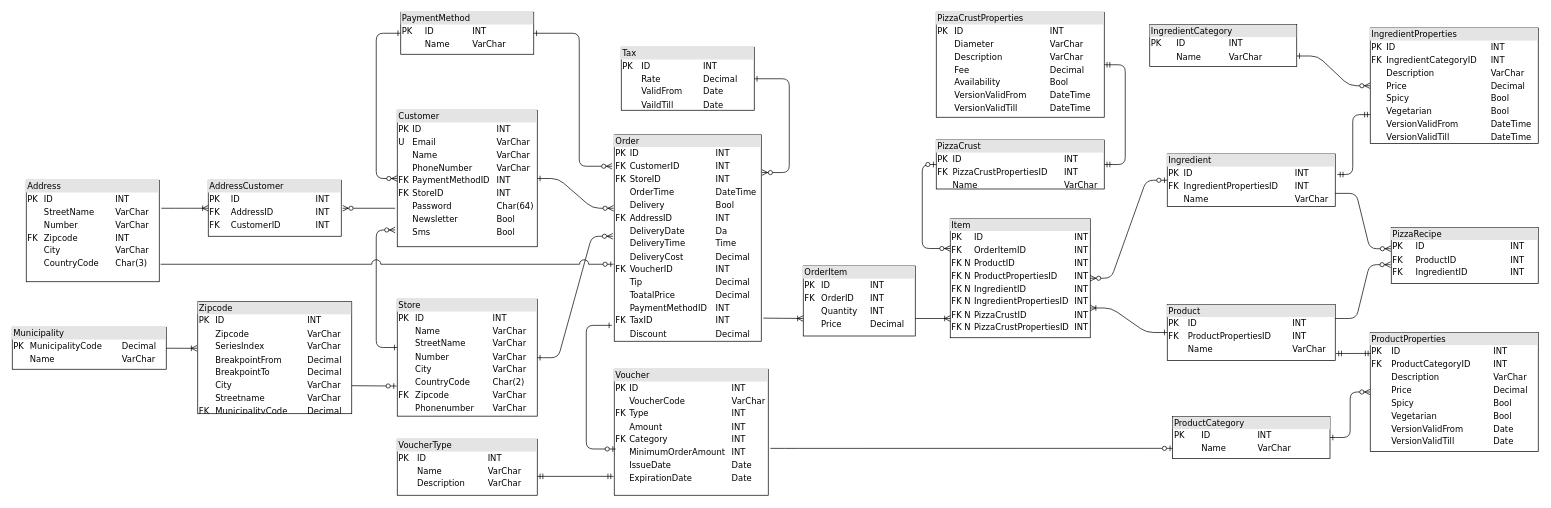
Earlier version of the draw.io diagram DBO_huidige_situatie.drawio (SlatanEnLexSemester4/Mario-Pizza-Case). Source tidied: cells renumbered, new cells numbered last; positions are measured from the earlier drawing's top-left corner, leaving out a move shared by most shapes. Both pictures are drawn from the tidied source at 70%, with x=0, y=0 at pixel (12, 12).
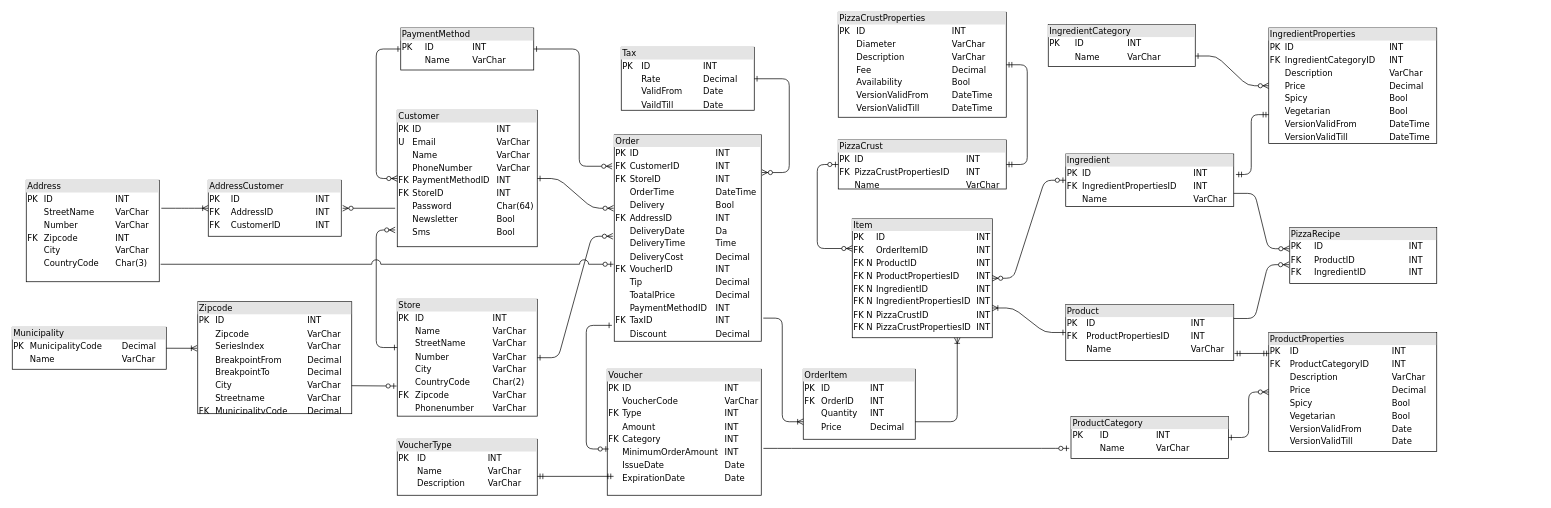
The same page after the edit.

Unchanged cells that the change refers to:
```xml
<mxCell id="14" value="&lt;div style=&quot;box-sizing: border-box ; width: 100% ; background: #e4e4e4 ; padding: 2px&quot;&gt;Order&lt;br&gt;&lt;/div&gt;&lt;table style=&quot;width: 100% ; font-size: 1em&quot; cellspacing=&quot;0&quot; cellpadding=&quot;2&quot;&gt;&lt;tbody&gt;&lt;tr&gt;&lt;td&gt;PK&lt;/td&gt;&lt;td&gt;ID&lt;br&gt;&lt;/td&gt;&lt;td&gt;INT&lt;/td&gt;&lt;/tr&gt;&lt;tr&gt;&lt;td&gt;FK&lt;/td&gt;&lt;td&gt;CustomerID&lt;br&gt;&lt;/td&gt;&lt;td&gt;INT&lt;/td&gt;&lt;/tr&gt;&lt;tr&gt;&lt;td&gt;FK&lt;/td&gt;&lt;td&gt;StoreID&lt;/td&gt;&lt;td&gt;INT&lt;/td&gt;&lt;/tr&gt;&lt;tr&gt;&lt;td&gt;&lt;br&gt;&lt;/td&gt;&lt;td&gt;OrderTime&lt;/td&gt;&lt;td&gt;DateTime&lt;/td&gt;&lt;/tr&gt;&lt;tr&gt;&lt;td&gt;&lt;br&gt;&lt;/td&gt;&lt;td&gt;Delivery&lt;/td&gt;&lt;td&gt;Bool&lt;/td&gt;&lt;/tr&gt;&lt;tr&gt;&lt;td&gt;FK&lt;/td&gt;&lt;td&gt;AddressID&lt;/td&gt;&lt;td&gt;INT&lt;/td&gt;&lt;/tr&gt;&lt;tr&gt;&lt;td&gt;&lt;br&gt;&lt;/td&gt;&lt;td&gt;DeliveryDate&lt;/td&gt;&lt;td&gt;Da&lt;/td&gt;&lt;/tr&gt;&lt;tr&gt;&lt;td&gt;&lt;br&gt;&lt;/td&gt;&lt;td&gt;DeliveryTime&lt;/td&gt;&lt;td&gt;Time&lt;/td&gt;&lt;/tr&gt;&lt;tr&gt;&lt;td&gt;&lt;br&gt;&lt;/td&gt;&lt;td&gt;DeliveryCost&lt;/td&gt;&lt;td&gt;Decimal&lt;/td&gt;&lt;/tr&gt;&lt;tr&gt;&lt;td&gt;FK&lt;/td&gt;&lt;td&gt;VoucherID&lt;/td&gt;&lt;td&gt;INT&lt;/td&gt;&lt;/tr&gt;&lt;tr&gt;&lt;td&gt;&lt;br&gt;&lt;/td&gt;&lt;td&gt;Tip&lt;/td&gt;&lt;td&gt;Decimal&lt;br&gt;&lt;/td&gt;&lt;/tr&gt;&lt;tr&gt;&lt;td&gt;&lt;br&gt;&lt;/td&gt;&lt;td&gt;ToatalPrice&lt;/td&gt;&lt;td&gt;Decimal&lt;/td&gt;&lt;/tr&gt;&lt;tr&gt;&lt;td&gt;&lt;br&gt;&lt;/td&gt;&lt;td&gt;PaymentMethodID&lt;/td&gt;&lt;td&gt;INT&lt;br&gt;&lt;/td&gt;&lt;/tr&gt;&lt;tr&gt;&lt;td&gt;FK&lt;/td&gt;&lt;td&gt;TaxID&lt;/td&gt;&lt;td&gt;INT&lt;/td&gt;&lt;/tr&gt;&lt;tr&gt;&lt;td&gt;&lt;br&gt;&lt;/td&gt;&lt;td&gt;Discount&lt;/td&gt;&lt;td&gt;Decimal&lt;/td&gt;&lt;/tr&gt;&lt;/tbody&gt;&lt;/table&gt;" style="verticalAlign=top;align=left;overflow=fill;html=1;rounded=0;shadow=0;comic=0;labelBackgroundColor=none;strokeWidth=1;fontFamily=Verdana;fontSize=12;" parent="1" vertex="1">
  <mxGeometry x="860" y="175" width="210" height="295" as="geometry" />
</mxCell>
<mxCell id="15" value="&lt;div style=&quot;box-sizing: border-box ; width: 100% ; background: #e4e4e4 ; padding: 2px&quot;&gt;Customer&lt;br&gt;&lt;/div&gt;&lt;table style=&quot;width: 100% ; font-size: 1em&quot; cellspacing=&quot;0&quot; cellpadding=&quot;2&quot;&gt;&lt;tbody&gt;&lt;tr&gt;&lt;td&gt;PK&lt;/td&gt;&lt;td&gt;ID&lt;br&gt;&lt;/td&gt;&lt;td&gt;INT&lt;/td&gt;&lt;/tr&gt;&lt;tr&gt;&lt;td&gt;U&lt;/td&gt;&lt;td&gt;Email&lt;br&gt;&lt;/td&gt;&lt;td&gt;VarChar&lt;/td&gt;&lt;/tr&gt;&lt;tr&gt;&lt;td&gt;&lt;br&gt;&lt;/td&gt;&lt;td&gt;Name&lt;/td&gt;&lt;td&gt;VarChar&lt;br&gt;&lt;/td&gt;&lt;/tr&gt;&lt;tr&gt;&lt;td&gt;&lt;br&gt;&lt;/td&gt;&lt;td&gt;PhoneNumber&lt;/td&gt;&lt;td&gt;VarChar&lt;/td&gt;&lt;/tr&gt;&lt;tr&gt;&lt;td&gt;FK&lt;/td&gt;&lt;td&gt;PaymentMethodID&lt;/td&gt;&lt;td&gt;INT&lt;/td&gt;&lt;/tr&gt;&lt;tr&gt;&lt;td&gt;FK&lt;/td&gt;&lt;td&gt;StoreID&lt;/td&gt;&lt;td&gt;INT&lt;/td&gt;&lt;/tr&gt;&lt;tr&gt;&lt;td&gt;&lt;br&gt;&lt;/td&gt;&lt;td&gt;Password&lt;/td&gt;&lt;td&gt;Char(64)&lt;/td&gt;&lt;/tr&gt;&lt;tr&gt;&lt;td&gt;&lt;br&gt;&lt;/td&gt;&lt;td&gt;Newsletter&lt;/td&gt;&lt;td&gt;Bool&lt;/td&gt;&lt;/tr&gt;&lt;tr&gt;&lt;td&gt;&lt;br&gt;&lt;/td&gt;&lt;td&gt;Sms&lt;/td&gt;&lt;td&gt;Bool&lt;/td&gt;&lt;/tr&gt;&lt;/tbody&gt;&lt;/table&gt;" style="verticalAlign=top;align=left;overflow=fill;html=1;rounded=0;shadow=0;comic=0;labelBackgroundColor=none;strokeWidth=1;fontFamily=Verdana;fontSize=12;" parent="1" vertex="1">
  <mxGeometry x="550" y="140" width="200" height="195" as="geometry" />
</mxCell>
```

What changed in the source:
```diff
@@
     <mxCell id="2" value="&lt;div style=&quot;box-sizing: border-box ; width: 100% ; background: #e4e4e4 ; padding: 2px&quot;&gt;Product&lt;br&gt;&lt;/div&gt;&lt;table style=&quot;width: 100% ; font-size: 1em&quot; cellspacing=&quot;0&quot; cellpadding=&quot;2&quot;&gt;&lt;tbody&gt;&lt;tr&gt;&lt;td&gt;PK&amp;nbsp;&lt;/td&gt;&lt;td&gt;ID&lt;/td&gt;&lt;td&gt;INT&lt;br&gt;&lt;/td&gt;&lt;/tr&gt;&lt;tr&gt;&lt;td&gt;FK&lt;/td&gt;&lt;td&gt;ProductPropertiesID&lt;br&gt;&lt;/td&gt;&lt;td&gt;INT&lt;/td&gt;&lt;/tr&gt;&lt;tr&gt;&lt;td&gt;&lt;br&gt;&lt;/td&gt;&lt;td&gt;Name&lt;br&gt;&lt;/td&gt;&lt;td&gt;VarChar&lt;br&gt;&lt;/td&gt;&lt;/tr&gt;&lt;/tbody&gt;&lt;/table&gt;" style="verticalAlign=top;align=left;overflow=fill;html=1;rounded=0;shadow=0;comic=0;labelBackgroundColor=none;strokeWidth=1;fontFamily=Verdana;fontSize=12;" parent="1" vertex="1">
-      <mxGeometry x="1650" y="417.5" width="240" height="80" as="geometry" />
+      <mxGeometry x="1505" y="417.5" width="240" height="80" as="geometry" />
     </mxCell>
     <mxCell id="3" value="&lt;div style=&quot;box-sizing: border-box ; width: 100% ; background: #e4e4e4 ; padding: 2px&quot;&gt;PizzaCrust&lt;br&gt;&lt;/div&gt;&lt;table style=&quot;width: 100% ; font-size: 1em&quot; cellspacing=&quot;0&quot; cellpadding=&quot;2&quot;&gt;&lt;tbody&gt;&lt;tr&gt;&lt;td&gt;PK&lt;/td&gt;&lt;td&gt;ID&lt;/td&gt;&lt;td&gt;INT&lt;/td&gt;&lt;/tr&gt;&lt;tr&gt;&lt;td&gt;FK&lt;/td&gt;&lt;td&gt;PizzaCrustPropertiesID&lt;/td&gt;&lt;td&gt;INT&lt;/td&gt;&lt;/tr&gt;&lt;tr&gt;&lt;td&gt;&lt;br&gt;&lt;/td&gt;&lt;td&gt;Name&lt;br&gt;&lt;/td&gt;&lt;td&gt;VarChar&lt;/td&gt;&lt;/tr&gt;&lt;/tbody&gt;&lt;/table&gt;" style="verticalAlign=top;align=left;overflow=fill;html=1;rounded=0;shadow=0;comic=0;labelBackgroundColor=none;strokeWidth=1;fontFamily=Verdana;fontSize=12;" parent="1" vertex="1">
-      <mxGeometry x="1320" y="182.5" width="240" height="70" as="geometry" />
+      <mxGeometry x="1180" y="182.5" width="240" height="70" as="geometry" />
     </mxCell>
@@
     <mxCell id="5" value="&lt;div style=&quot;box-sizing: border-box ; width: 100% ; background: #e4e4e4 ; padding: 2px&quot;&gt;Ingredient&lt;br&gt;&lt;/div&gt;&lt;table style=&quot;width: 100% ; font-size: 1em&quot; cellspacing=&quot;0&quot; cellpadding=&quot;2&quot;&gt;&lt;tbody&gt;&lt;tr&gt;&lt;td&gt;PK&lt;/td&gt;&lt;td&gt;ID&lt;/td&gt;&lt;td&gt;INT&lt;/td&gt;&lt;/tr&gt;&lt;tr&gt;&lt;td&gt;FK&lt;/td&gt;&lt;td&gt;IngredientPropertiesID&lt;/td&gt;&lt;td&gt;INT&lt;/td&gt;&lt;/tr&gt;&lt;tr&gt;&lt;td&gt;&lt;br&gt;&lt;/td&gt;&lt;td&gt;Name&lt;br&gt;&lt;/td&gt;&lt;td&gt;VarChar&lt;/td&gt;&lt;/tr&gt;&lt;/tbody&gt;&lt;/table&gt;" style="verticalAlign=top;align=left;overflow=fill;html=1;rounded=0;shadow=0;comic=0;labelBackgroundColor=none;strokeWidth=1;fontFamily=Verdana;fontSize=12;" parent="1" vertex="1">
-      <mxGeometry x="1650" y="202.5" width="240" height="75" as="geometry" />
+      <mxGeometry x="1505" y="202.5" width="240" height="75" as="geometry" />
     </mxCell>
@@
     <mxCell id="8" value="&lt;div style=&quot;box-sizing: border-box ; width: 100% ; background: #e4e4e4 ; padding: 2px&quot;&gt;ProductCategory&lt;br&gt;&lt;/div&gt;&lt;table style=&quot;width: 100% ; font-size: 1em&quot; cellspacing=&quot;0&quot; cellpadding=&quot;2&quot;&gt;&lt;tbody&gt;&lt;tr&gt;&lt;td&gt;PK&lt;/td&gt;&lt;td&gt;ID&lt;br&gt;&lt;/td&gt;&lt;td&gt;INT&lt;/td&gt;&lt;/tr&gt;&lt;tr&gt;&lt;td&gt;&lt;br&gt;&lt;/td&gt;&lt;td&gt;Name&lt;br&gt;&lt;/td&gt;&lt;td&gt;VarChar&lt;/td&gt;&lt;/tr&gt;&lt;/tbody&gt;&lt;/table&gt;" style="verticalAlign=top;align=left;overflow=fill;html=1;rounded=0;shadow=0;comic=0;labelBackgroundColor=none;strokeWidth=1;fontFamily=Verdana;fontSize=12;" parent="1" vertex="1">
-      <mxGeometry x="1657.5" y="577.5" width="225" height="60" as="geometry" />
+      <mxGeometry x="1512.5" y="577.5" width="225" height="60" as="geometry" />
     </mxCell>
@@
     <mxCell id="11" value="&lt;div style=&quot;box-sizing: border-box ; width: 100% ; background: #e4e4e4 ; padding: 2px&quot;&gt;IngredientCategory&lt;br&gt;&lt;/div&gt;&lt;table style=&quot;width: 100% ; font-size: 1em&quot; cellspacing=&quot;0&quot; cellpadding=&quot;2&quot;&gt;&lt;tbody&gt;&lt;tr&gt;&lt;td&gt;PK&lt;/td&gt;&lt;td&gt;ID&lt;br&gt;&lt;/td&gt;&lt;td&gt;INT&lt;/td&gt;&lt;/tr&gt;&lt;tr&gt;&lt;td&gt;&lt;br&gt;&lt;/td&gt;&lt;td&gt;Name&lt;br&gt;&lt;/td&gt;&lt;td&gt;VarChar&lt;/td&gt;&lt;/tr&gt;&lt;/tbody&gt;&lt;/table&gt;" style="verticalAlign=top;align=left;overflow=fill;html=1;rounded=0;shadow=0;comic=0;labelBackgroundColor=none;strokeWidth=1;fontFamily=Verdana;fontSize=12;" parent="1" vertex="1">
-      <mxGeometry x="1625" y="17.5" width="210" height="60" as="geometry" />
+      <mxGeometry x="1480" y="17.5" width="210" height="60" as="geometry" />
     </mxCell>
     <mxCell id="12" value="&lt;div style=&quot;box-sizing: border-box ; width: 100% ; background: #e4e4e4 ; padding: 2px&quot;&gt;PizzaRecipe&lt;br&gt;&lt;/div&gt;&lt;table style=&quot;width: 100% ; font-size: 1em&quot; cellspacing=&quot;0&quot; cellpadding=&quot;2&quot;&gt;&lt;tbody&gt;&lt;tr&gt;&lt;td&gt;PK&lt;/td&gt;&lt;td&gt;ID&lt;/td&gt;&lt;td&gt;INT&lt;/td&gt;&lt;/tr&gt;&lt;tr&gt;&lt;td&gt;FK&lt;/td&gt;&lt;td&gt;ProductID&lt;br&gt;&lt;/td&gt;&lt;td&gt;INT&lt;/td&gt;&lt;/tr&gt;&lt;tr&gt;&lt;td&gt;FK&lt;/td&gt;&lt;td&gt;IngredientID&lt;br&gt;&lt;/td&gt;&lt;td&gt;INT&lt;/td&gt;&lt;/tr&gt;&lt;/tbody&gt;&lt;/table&gt;" style="verticalAlign=top;align=left;overflow=fill;html=1;rounded=0;shadow=0;comic=0;labelBackgroundColor=none;strokeWidth=1;fontFamily=Verdana;fontSize=12;" parent="1" vertex="1">
-      <mxGeometry x="1970" y="307.5" width="210" height="80" as="geometry" />
+      <mxGeometry x="1825" y="307.5" width="210" height="80" as="geometry" />
     </mxCell>
     <mxCell id="13" value="&lt;div style=&quot;box-sizing: border-box ; width: 100% ; background: #e4e4e4 ; padding: 2px&quot;&gt;OrderItem&lt;br&gt;&lt;/div&gt;&lt;table style=&quot;width: 100% ; font-size: 1em&quot; cellspacing=&quot;0&quot; cellpadding=&quot;2&quot;&gt;&lt;tbody&gt;&lt;tr&gt;&lt;td&gt;PK&lt;/td&gt;&lt;td&gt;ID&lt;/td&gt;&lt;td&gt;INT&lt;/td&gt;&lt;/tr&gt;&lt;tr&gt;&lt;td&gt;FK&lt;/td&gt;&lt;td&gt;OrderID&lt;br&gt;&lt;/td&gt;&lt;td&gt;INT&lt;/td&gt;&lt;/tr&gt;&lt;tr&gt;&lt;td&gt;&lt;br&gt;&lt;/td&gt;&lt;td&gt;Quantity&lt;/td&gt;&lt;td&gt;INT&lt;/td&gt;&lt;/tr&gt;&lt;tr&gt;&lt;td&gt;&lt;br&gt;&lt;/td&gt;&lt;td&gt;Price&lt;br&gt;&lt;/td&gt;&lt;td&gt;Decimal&lt;br&gt;&lt;/td&gt;&lt;/tr&gt;&lt;/tbody&gt;&lt;/table&gt;" style="verticalAlign=top;align=left;overflow=fill;html=1;rounded=0;shadow=0;comic=0;labelBackgroundColor=none;strokeWidth=1;fontFamily=Verdana;fontSize=12;" parent="1" vertex="1">
-      <mxGeometry x="1130" y="362.5" width="160" height="100" as="geometry" />
+      <mxGeometry x="1130" y="510" width="160" height="100" as="geometry" />
     </mxCell>
@@
     <mxCell id="16" value="&lt;div style=&quot;box-sizing: border-box ; width: 100% ; background: #e4e4e4 ; padding: 2px&quot;&gt;PaymentMethod&lt;br&gt;&lt;/div&gt;&lt;table style=&quot;width: 100% ; font-size: 1em&quot; cellspacing=&quot;0&quot; cellpadding=&quot;2&quot;&gt;&lt;tbody&gt;&lt;tr&gt;&lt;td&gt;PK&lt;/td&gt;&lt;td&gt;ID&lt;br&gt;&lt;/td&gt;&lt;td&gt;INT&lt;/td&gt;&lt;/tr&gt;&lt;tr&gt;&lt;td&gt;&lt;br&gt;&lt;/td&gt;&lt;td&gt;Name&lt;br&gt;&lt;/td&gt;&lt;td&gt;VarChar&lt;/td&gt;&lt;/tr&gt;&lt;/tbody&gt;&lt;/table&gt;" style="verticalAlign=top;align=left;overflow=fill;html=1;rounded=0;shadow=0;comic=0;labelBackgroundColor=none;strokeWidth=1;fontFamily=Verdana;fontSize=12;" parent="1" vertex="1">
-      <mxGeometry x="555" width="190" height="60" as="geometry" />
+      <mxGeometry x="555" y="22.5" width="190" height="60" as="geometry" />
     </mxCell>
@@
     <mxCell id="18" value="&lt;div style=&quot;box-sizing: border-box ; width: 100% ; background: #e4e4e4 ; padding: 2px&quot;&gt;Voucher&lt;br&gt;&lt;/div&gt;&lt;table style=&quot;width: 100% ; font-size: 1em&quot; cellspacing=&quot;0&quot; cellpadding=&quot;2&quot;&gt;&lt;tbody&gt;&lt;tr&gt;&lt;td&gt;PK&lt;/td&gt;&lt;td&gt;ID&lt;br&gt;&lt;/td&gt;&lt;td&gt;INT&lt;br&gt;&lt;/td&gt;&lt;/tr&gt;&lt;tr&gt;&lt;td&gt;&lt;br&gt;&lt;/td&gt;&lt;td&gt;VoucherCode&lt;/td&gt;&lt;td&gt;VarChar&lt;/td&gt;&lt;/tr&gt;&lt;tr&gt;&lt;td&gt;FK&lt;/td&gt;&lt;td&gt;Type&lt;/td&gt;&lt;td&gt;INT&lt;/td&gt;&lt;/tr&gt;&lt;tr&gt;&lt;td&gt;&lt;br&gt;&lt;/td&gt;&lt;td&gt;Amount&lt;/td&gt;&lt;td&gt;INT&lt;/td&gt;&lt;/tr&gt;&lt;tr&gt;&lt;td&gt;FK&lt;/td&gt;&lt;td&gt;Category&lt;/td&gt;&lt;td&gt;INT&lt;/td&gt;&lt;/tr&gt;&lt;tr&gt;&lt;td&gt;&lt;br&gt;&lt;/td&gt;&lt;td&gt;MinimumOrderAmount&lt;/td&gt;&lt;td&gt;INT&lt;/td&gt;&lt;/tr&gt;&lt;tr&gt;&lt;td&gt;&lt;br&gt;&lt;/td&gt;&lt;td&gt;IssueDate&lt;/td&gt;&lt;td&gt;Date&lt;/td&gt;&lt;/tr&gt;&lt;tr&gt;&lt;td&gt;&lt;br&gt;&lt;/td&gt;&lt;td&gt;ExpirationDate&lt;/td&gt;&lt;td&gt;Date&lt;br&gt;&lt;/td&gt;&lt;/tr&gt;&lt;/tbody&gt;&lt;/table&gt;" style="verticalAlign=top;align=left;overflow=fill;html=1;rounded=0;shadow=0;comic=0;labelBackgroundColor=none;strokeWidth=1;fontFamily=Verdana;fontSize=12;" parent="1" vertex="1">
-      <mxGeometry x="860" y="510" width="220" height="180" as="geometry" />
+      <mxGeometry x="850" y="510" width="220" height="180" as="geometry" />
     </mxCell>
     <mxCell id="19" value="&lt;div style=&quot;box-sizing: border-box ; width: 100% ; background: #e4e4e4 ; padding: 2px&quot;&gt;Item&lt;br&gt;&lt;/div&gt;&lt;table style=&quot;width: 100% ; font-size: 1em&quot; cellspacing=&quot;0&quot; cellpadding=&quot;2&quot;&gt;&lt;tbody&gt;&lt;tr&gt;&lt;td&gt;PK&lt;/td&gt;&lt;td&gt;ID&lt;/td&gt;&lt;td&gt;INT&lt;/td&gt;&lt;/tr&gt;&lt;tr&gt;&lt;td&gt;FK&lt;/td&gt;&lt;td&gt;OrderItemID&lt;br&gt;&lt;/td&gt;&lt;td&gt;INT&lt;/td&gt;&lt;/tr&gt;&lt;tr&gt;&lt;td&gt;FK N&lt;/td&gt;&lt;td&gt;ProductID&lt;/td&gt;&lt;td&gt;INT&lt;/td&gt;&lt;/tr&gt;&lt;tr&gt;&lt;td&gt;FK N&lt;/td&gt;&lt;td&gt;&lt;span style=&quot;background-color: rgb(255 , 255 , 255)&quot;&gt;ProductPropertiesID&lt;/span&gt;&lt;/td&gt;&lt;td&gt;INT&lt;/td&gt;&lt;/tr&gt;&lt;tr&gt;&lt;td&gt;FK N&lt;/td&gt;&lt;td&gt;IngredientID&lt;/td&gt;&lt;td&gt;INT&lt;/td&gt;&lt;/tr&gt;&lt;tr&gt;&lt;td&gt;FK N&lt;/td&gt;&lt;td&gt;&lt;span style=&quot;background-color: rgb(255 , 255 , 255)&quot;&gt;IngredientPropertiesID&lt;/span&gt;&lt;/td&gt;&lt;td&gt;INT&lt;/td&gt;&lt;/tr&gt;&lt;tr&gt;&lt;td&gt;FK N&lt;/td&gt;&lt;td&gt;PizzaCrustID&lt;/td&gt;&lt;td&gt;INT&lt;/td&gt;&lt;/tr&gt;&lt;tr&gt;&lt;td&gt;FK N&lt;/td&gt;&lt;td&gt;&lt;span style=&quot;background-color: rgb(255 , 255 , 255)&quot;&gt;PizzaCrustPropertiesID&lt;/span&gt;&lt;/td&gt;&lt;td&gt;INT&lt;/td&gt;&lt;/tr&gt;&lt;/tbody&gt;&lt;/table&gt;" style="verticalAlign=top;align=left;overflow=fill;html=1;rounded=0;shadow=0;comic=0;labelBackgroundColor=none;strokeWidth=1;fontFamily=Verdana;fontSize=12;" parent="1" vertex="1">
-      <mxGeometry x="1340" y="295" width="200" height="170" as="geometry" />
+      <mxGeometry x="1200" y="295" width="200" height="170" as="geometry" />
     </mxCell>
@@
-    <mxCell id="21" style="fontSize=12;html=1;endArrow=ERoneToMany;endFill=0;entryX=0;entryY=0.75;entryDx=0;entryDy=0;exitX=1.014;exitY=0.888;exitDx=0;exitDy=0;exitPerimeter=0;" parent="1" edge="1" source="14" target="13">
+    <mxCell id="21" style="fontSize=12;html=1;endArrow=ERoneToMany;endFill=0;entryX=0;entryY=0.75;entryDx=0;entryDy=0;exitX=1.014;exitY=0.888;exitDx=0;exitDy=0;exitPerimeter=0;edgeStyle=orthogonalEdgeStyle;" parent="1" edge="1" source="14" target="13">
       <mxGeometry relative="1" as="geometry" />
     </mxCell>
@@
-    <mxCell id="23" style="fontSize=12;html=1;endArrow=ERoneToMany;endFill=0;exitX=1;exitY=0.75;exitDx=0;exitDy=0;" parent="1" edge="1" source="13">
-      <mxGeometry relative="1" as="geometry">
-        <mxPoint x="1340" y="437.5" as="targetPoint" />
-      </mxGeometry>
+    <mxCell id="23" style="fontSize=12;html=1;endArrow=ERoneToMany;endFill=0;exitX=1;exitY=0.75;exitDx=0;exitDy=0;entryX=0.75;entryY=1;entryDx=0;entryDy=0;edgeStyle=orthogonalEdgeStyle;" parent="1" edge="1" source="13" target="19">
+      <mxGeometry relative="1" as="geometry" />
     </mxCell>
     <mxCell id="24" style="fontSize=12;html=1;endArrow=ERzeroToOne;endFill=1;startArrow=ERzeroToMany;startFill=1;exitX=0;exitY=0.25;exitDx=0;exitDy=0;edgeStyle=orthogonalEdgeStyle;entryX=0;entryY=0.5;entryDx=0;entryDy=0;" parent="1" edge="1" source="19" target="3">
       <mxGeometry relative="1" as="geometry">
         <Array as="points">
-          <mxPoint x="1300" y="337.5" />
-          <mxPoint x="1300" y="217.5" />
+          <mxPoint x="1150" y="337" />
+          <mxPoint x="1150" y="217" />
         </Array>
       </mxGeometry>
     </mxCell>
@@
     <mxCell id="29" style="fontSize=12;html=1;endArrow=ERzeroToMany;endFill=1;exitX=0;exitY=0.5;exitDx=0;exitDy=0;entryX=0;entryY=0.5;entryDx=0;entryDy=0;startArrow=ERone;startFill=0;edgeStyle=orthogonalEdgeStyle;" parent="1" edge="1" source="16" target="15">
       <mxGeometry relative="1" as="geometry">
         <Array as="points">
-          <mxPoint x="520" y="30" />
+          <mxPoint x="520" y="53" />
           <mxPoint x="520" y="238" />
         </Array>
       </mxGeometry>
     </mxCell>
@@
     <mxCell id="41" style="edgeStyle=orthogonalEdgeStyle;fontSize=12;html=1;endArrow=ERzeroToMany;endFill=1;exitX=1;exitY=0.5;exitDx=0;exitDy=0;startArrow=ERone;startFill=0;" parent="1" edge="1" source="16">
       <mxGeometry relative="1" as="geometry">
         <mxPoint x="857" y="220" as="targetPoint" />
         <Array as="points">
-          <mxPoint x="810" y="30" />
+          <mxPoint x="810" y="53" />
           <mxPoint x="810" y="220" />
         </Array>
       </mxGeometry>
     </mxCell>
@@
     <mxCell id="43" value="&lt;div style=&quot;box-sizing: border-box ; width: 100% ; background: #e4e4e4 ; padding: 2px&quot;&gt;PizzaCrustProperties&lt;br&gt;&lt;/div&gt;&lt;table style=&quot;width: 100% ; font-size: 1em&quot; cellspacing=&quot;0&quot; cellpadding=&quot;2&quot;&gt;&lt;tbody&gt;&lt;tr&gt;&lt;td&gt;PK&lt;/td&gt;&lt;td&gt;ID&lt;/td&gt;&lt;td&gt;INT&lt;/td&gt;&lt;/tr&gt;&lt;tr&gt;&lt;td&gt;&lt;br&gt;&lt;/td&gt;&lt;td&gt;Diameter&lt;br&gt;&lt;/td&gt;&lt;td&gt;VarChar&lt;/td&gt;&lt;/tr&gt;&lt;tr&gt;&lt;td&gt;&lt;br&gt;&lt;/td&gt;&lt;td&gt;Description&lt;br&gt;&lt;/td&gt;&lt;td&gt;VarChar&lt;/td&gt;&lt;/tr&gt;&lt;tr&gt;&lt;td&gt;&lt;br&gt;&lt;/td&gt;&lt;td&gt;Fee&lt;br&gt;&lt;/td&gt;&lt;td&gt;Decimal&lt;/td&gt;&lt;/tr&gt;&lt;tr&gt;&lt;td&gt;&lt;br&gt;&lt;/td&gt;&lt;td&gt;Availability&lt;br&gt;&lt;/td&gt;&lt;td&gt;Bool&lt;/td&gt;&lt;/tr&gt;&lt;tr&gt;&lt;td&gt;&lt;br&gt;&lt;/td&gt;&lt;td&gt;VersionValidFrom&lt;/td&gt;&lt;td&gt;DateTime&lt;/td&gt;&lt;/tr&gt;&lt;tr&gt;&lt;td&gt;&lt;br&gt;&lt;/td&gt;&lt;td&gt;VersionValidTill&lt;/td&gt;&lt;td&gt;DateTime&lt;/td&gt;&lt;/tr&gt;&lt;/tbody&gt;&lt;/table&gt;" style="verticalAlign=top;align=left;overflow=fill;html=1;rounded=0;shadow=0;comic=0;labelBackgroundColor=none;strokeWidth=1;fontFamily=Verdana;fontSize=12;" parent="1" vertex="1">
-      <mxGeometry x="1320" width="240" height="150" as="geometry" />
+      <mxGeometry x="1180" width="240" height="150" as="geometry" />
     </mxCell>
@@
     <mxCell id="45" value="&lt;div style=&quot;box-sizing: border-box ; width: 100% ; background: #e4e4e4 ; padding: 2px&quot;&gt;IngredientProperties&lt;br&gt;&lt;/div&gt;&lt;table style=&quot;width: 100% ; font-size: 1em&quot; cellspacing=&quot;0&quot; cellpadding=&quot;2&quot;&gt;&lt;tbody&gt;&lt;tr&gt;&lt;td&gt;PK&lt;/td&gt;&lt;td&gt;ID&lt;/td&gt;&lt;td&gt;INT&lt;/td&gt;&lt;/tr&gt;&lt;tr&gt;&lt;td&gt;FK&lt;/td&gt;&lt;td&gt;IngredientCategoryID&lt;br&gt;&lt;/td&gt;&lt;td&gt;INT&lt;/td&gt;&lt;/tr&gt;&lt;tr&gt;&lt;td&gt;&lt;br&gt;&lt;/td&gt;&lt;td&gt;Description&lt;br&gt;&lt;/td&gt;&lt;td&gt;VarChar&lt;/td&gt;&lt;/tr&gt;&lt;tr&gt;&lt;td&gt;&lt;br&gt;&lt;/td&gt;&lt;td&gt;Price&lt;br&gt;&lt;/td&gt;&lt;td&gt;Decimal&lt;/td&gt;&lt;/tr&gt;&lt;tr&gt;&lt;td&gt;&lt;br&gt;&lt;/td&gt;&lt;td&gt;Spicy&lt;br&gt;&lt;/td&gt;&lt;td&gt;Bool&lt;/td&gt;&lt;/tr&gt;&lt;tr&gt;&lt;td&gt;&lt;br&gt;&lt;/td&gt;&lt;td&gt;Vegetarian&lt;br&gt;&lt;/td&gt;&lt;td&gt;Bool&lt;/td&gt;&lt;/tr&gt;&lt;tr&gt;&lt;td&gt;&lt;br&gt;&lt;/td&gt;&lt;td&gt;VersionValidFrom&lt;/td&gt;&lt;td&gt;DateTime&lt;/td&gt;&lt;/tr&gt;&lt;tr&gt;&lt;td&gt;&lt;br&gt;&lt;/td&gt;&lt;td&gt;VersionValidTill&lt;/td&gt;&lt;td&gt;DateTime&lt;/td&gt;&lt;/tr&gt;&lt;/tbody&gt;&lt;/table&gt;" style="verticalAlign=top;align=left;overflow=fill;html=1;rounded=0;shadow=0;comic=0;labelBackgroundColor=none;strokeWidth=1;fontFamily=Verdana;fontSize=12;" parent="1" vertex="1">
-      <mxGeometry x="1940" y="22.5" width="240" height="165" as="geometry" />
+      <mxGeometry x="1795" y="22.5" width="240" height="165" as="geometry" />
     </mxCell>
@@
     <mxCell id="47" value="&lt;div style=&quot;box-sizing: border-box ; width: 100% ; background: #e4e4e4 ; padding: 2px&quot;&gt;ProductProperties&lt;br&gt;&lt;/div&gt;&lt;table style=&quot;width: 100% ; font-size: 1em&quot; cellspacing=&quot;0&quot; cellpadding=&quot;2&quot;&gt;&lt;tbody&gt;&lt;tr&gt;&lt;td&gt;PK&amp;nbsp;&lt;/td&gt;&lt;td&gt;ID&lt;/td&gt;&lt;td&gt;INT&lt;br&gt;&lt;/td&gt;&lt;/tr&gt;&lt;tr&gt;&lt;td&gt;FK&lt;/td&gt;&lt;td&gt;ProductCategoryID&lt;br&gt;&lt;/td&gt;&lt;td&gt;INT&lt;/td&gt;&lt;/tr&gt;&lt;tr&gt;&lt;td&gt;&lt;br&gt;&lt;/td&gt;&lt;td&gt;Description&lt;br&gt;&lt;/td&gt;&lt;td&gt;VarChar&lt;br&gt;&lt;/td&gt;&lt;/tr&gt;&lt;tr&gt;&lt;td&gt;&lt;br&gt;&lt;/td&gt;&lt;td&gt;Price&lt;br&gt;&lt;/td&gt;&lt;td&gt;Decimal&lt;br&gt;&lt;/td&gt;&lt;/tr&gt;&lt;tr&gt;&lt;td&gt;&lt;br&gt;&lt;/td&gt;&lt;td&gt;Spicy&lt;br&gt;&lt;/td&gt;&lt;td&gt;Bool&lt;br&gt;&lt;/td&gt;&lt;/tr&gt;&lt;tr&gt;&lt;td&gt;&lt;br&gt;&lt;/td&gt;&lt;td&gt;Vegetarian&lt;br&gt;&lt;/td&gt;&lt;td&gt;Bool&lt;br&gt;&lt;/td&gt;&lt;/tr&gt;&lt;tr&gt;&lt;td&gt;&lt;br&gt;&lt;/td&gt;&lt;td&gt;VersionValidFrom&lt;/td&gt;&lt;td&gt;Date&lt;/td&gt;&lt;/tr&gt;&lt;tr&gt;&lt;td&gt;&lt;br&gt;&lt;/td&gt;&lt;td&gt;VersionValidTill&lt;/td&gt;&lt;td&gt;Date&lt;/td&gt;&lt;/tr&gt;&lt;/tbody&gt;&lt;/table&gt;" style="verticalAlign=top;align=left;overflow=fill;html=1;rounded=0;shadow=0;comic=0;labelBackgroundColor=none;strokeWidth=1;fontFamily=Verdana;fontSize=12;" parent="1" vertex="1">
-      <mxGeometry x="1940" y="457.5" width="240" height="170" as="geometry" />
+      <mxGeometry x="1795" y="457.5" width="240" height="170" as="geometry" />
     </mxCell>
@@
     <mxCell id="51" style="edgeStyle=entityRelationEdgeStyle;fontSize=12;html=1;endArrow=ERzeroToOne;endFill=1;exitX=1.014;exitY=0.628;exitDx=0;exitDy=0;exitPerimeter=0;" parent="1" edge="1" source="18">
       <mxGeometry relative="1" as="geometry">
-        <mxPoint x="1658" y="623" as="targetPoint" />
+        <mxPoint x="1510" y="623" as="targetPoint" />
       </mxGeometry>
     </mxCell>
```
